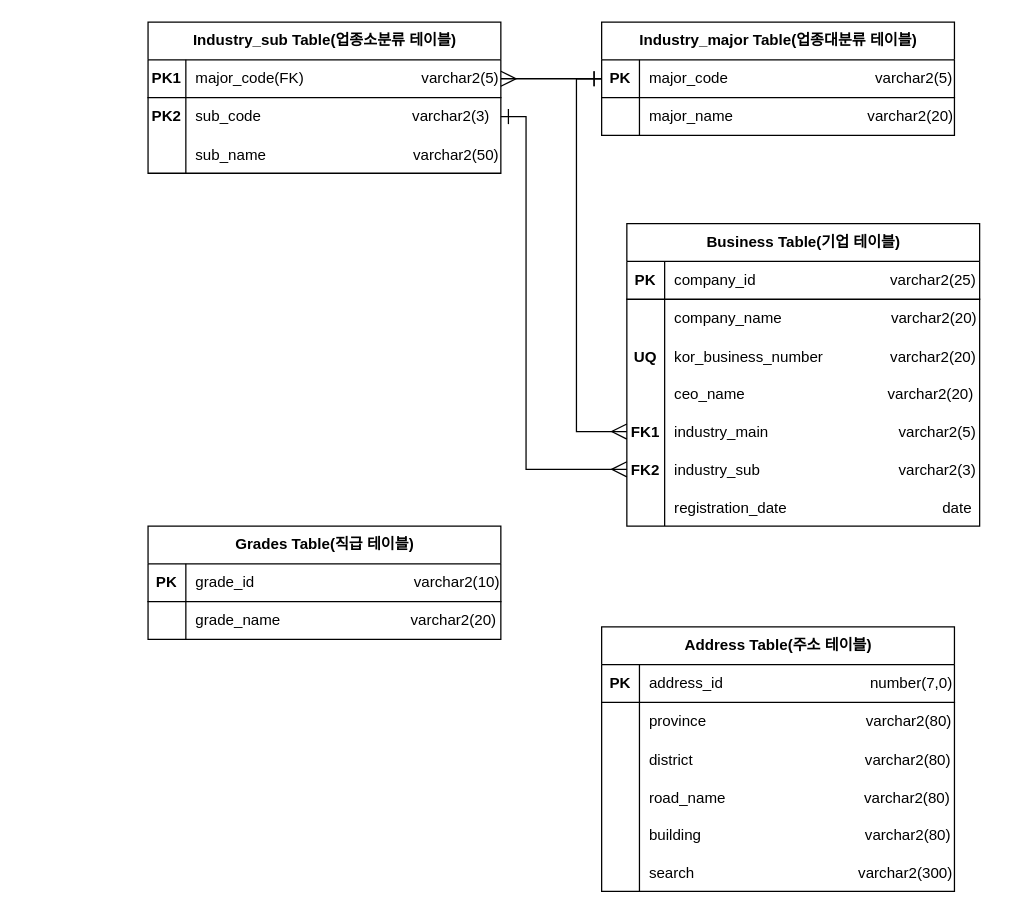
Above: project1-ERD.drawio in Seo-JS0823/project1-prototype (draw.io), before the change. Source tidied: cells renumbered, new cells numbered last; positions are measured from the earlier drawing's top-left corner, leaving out a move shared by most shapes. Both pictures are drawn from the tidied source at 126%, with x=0, y=0 at pixel (147, 21).
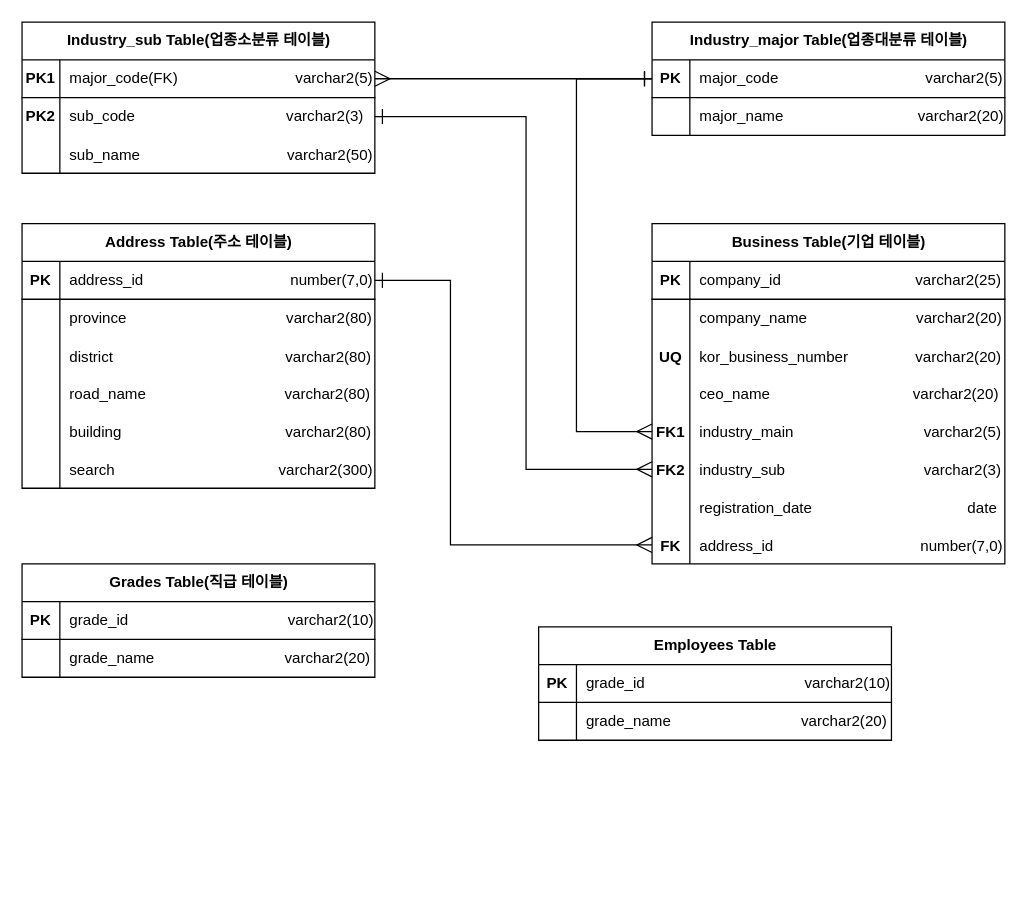
Above is the later version.

Commit message:
proto ver-0.0.17

Unchanged cells that the change refers to:
```xml
<mxCell id="21" style="shape=tableRow;horizontal=0;startSize=0;swimlaneHead=0;swimlaneBody=0;fillColor=none;points=[[0,0.5],[1,0.5]];portConstraint=eastwest;top=0;left=0;right=0;bottom=1;" parent="20" vertex="1">
  <mxGeometry y="30" width="280" height="30" as="geometry" />
</mxCell>
```

What changed in the source:
```diff
@@
     <mxCell id="2" value="Industry_major Table(업종대분류 테이블)" style="shape=table;startSize=30;childLayout=tableLayout;rowLines=0;fontStyle=1;align=center;html=1;" parent="1" vertex="1">
-      <mxGeometry x="360" width="280" height="90" as="geometry" />
+      <mxGeometry x="400" width="280" height="90" as="geometry" />
     </mxCell>
@@
     <mxCell id="9" value="Industry_sub Table(업종소분류 테이블)" style="shape=table;startSize=30;childLayout=tableLayout;rowLines=0;fontStyle=1;align=center;html=1;" parent="1" vertex="1">
-      <mxGeometry width="280" height="120" as="geometry" />
+      <mxGeometry x="-100" width="280" height="120" as="geometry" />
     </mxCell>
@@
     <mxCell id="20" value="Address Table(주소 테이블)" style="shape=table;startSize=30;childLayout=tableLayout;rowLines=0;fontStyle=1;align=center;html=1;" parent="1" vertex="1">
-      <mxGeometry x="360" y="480" width="280" height="210" as="geometry" />
+      <mxGeometry x="-100" y="160" width="280" height="210" as="geometry" />
     </mxCell>
@@
     <mxCell id="39" value="Grades Table(직급 테이블)" style="shape=table;startSize=30;childLayout=tableLayout;rowLines=0;fontStyle=1;align=center;html=1;" parent="1" vertex="1">
-      <mxGeometry y="400" width="280" height="90" as="geometry" />
+      <mxGeometry x="-100" y="430" width="280" height="90" as="geometry" />
     </mxCell>
@@
     <mxCell id="46" value="Business Table(기업 테이블)" style="shape=table;startSize=30;childLayout=tableLayout;rowLines=0;fontStyle=1;align=center;html=1;" parent="1" vertex="1">
-      <mxGeometry x="380" y="160" width="280" height="240" as="geometry" />
+      <mxGeometry x="400" y="160" width="280" height="270" as="geometry" />
     </mxCell>
@@
+    <mxCell id="70" style="shape=tableRow;horizontal=0;startSize=0;swimlaneHead=0;swimlaneBody=0;fillColor=none;points=[[0,0.5],[1,0.5]];portConstraint=eastwest;top=0;left=0;right=0;bottom=0;" parent="46" vertex="1">
+      <mxGeometry y="240" width="280" height="30" as="geometry" />
+    </mxCell>
+    <mxCell id="71" value="FK" style="shape=partialRectangle;fillColor=none;top=0;left=0;bottom=0;right=0;overflow=hidden;fontStyle=1;" parent="70" vertex="1">
+      <mxGeometry width="30" height="30" as="geometry" />
+    </mxCell>
+    <mxCell id="72" value="address_id                                   number(7,0)" style="shape=partialRectangle;fillColor=none;top=0;left=0;bottom=0;right=0;align=left;spacingLeft=6;overflow=hidden;" parent="70" vertex="1">
+      <mxGeometry x="30" width="250" height="30" as="geometry" />
+    </mxCell>
@@
+    <mxCell id="73" style="edgeStyle=orthogonalEdgeStyle;rounded=0;jettySize=auto;html=1;exitX=1;exitY=0.5;exitDx=0;exitDy=0;entryX=0;entryY=0.5;entryDx=0;entryDy=0;endArrow=ERmany;endFill=0;jumpSize=6;endSize=10;startArrow=ERone;startFill=0;startSize=10;" parent="1" edge="1" source="21" target="70">
+      <mxGeometry relative="1" as="geometry">
+        <Array as="points">
+          <mxPoint x="240" y="205" />
+          <mxPoint x="240" y="415" />
+        </Array>
+      </mxGeometry>
+    </mxCell>
+    <mxCell id="74" value="Employees Table" style="shape=table;startSize=30;childLayout=tableLayout;rowLines=0;fontStyle=1;align=center;html=1;" parent="1" vertex="1">
+      <mxGeometry x="310" y="480" width="280" height="90" as="geometry" />
+    </mxCell>
+    <mxCell id="75" style="shape=tableRow;horizontal=0;startSize=0;swimlaneHead=0;swimlaneBody=0;fillColor=none;top=0;left=0;right=0;bottom=1;" parent="74" vertex="1">
+      <mxGeometry y="30" width="280" height="30" as="geometry" />
+    </mxCell>
+    <mxCell id="76" value="PK" style="shape=partialRectangle;fillColor=none;top=0;left=0;bottom=0;right=0;fontStyle=1;overflow=hidden;whiteSpace=wrap;html=1;" parent="75" vertex="1">
+      <mxGeometry width="30" height="30" as="geometry" />
+    </mxCell>
+    <mxCell id="77" value="&lt;span style=&quot;font-weight: 400;&quot;&gt;grade_id&amp;nbsp; &amp;nbsp; &amp;nbsp; &amp;nbsp; &amp;nbsp; &amp;nbsp; &amp;nbsp; &amp;nbsp; &amp;nbsp; &amp;nbsp; &amp;nbsp; &amp;nbsp; &amp;nbsp; &amp;nbsp; &amp;nbsp; &amp;nbsp; &amp;nbsp; &amp;nbsp; &amp;nbsp; varchar2(10)&lt;/span&gt;" style="shape=partialRectangle;fillColor=none;top=0;left=0;bottom=0;right=0;align=left;spacingLeft=6;fontStyle=1;overflow=hidden;whiteSpace=wrap;html=1;" parent="75" vertex="1">
+      <mxGeometry x="30" width="250" height="30" as="geometry" />
+    </mxCell>
+    <mxCell id="78" style="shape=tableRow;horizontal=0;startSize=0;swimlaneHead=0;swimlaneBody=0;fillColor=none;top=0;left=0;right=0;bottom=0;" parent="74" vertex="1">
+      <mxGeometry y="60" width="280" height="30" as="geometry" />
+    </mxCell>
+    <mxCell id="79" style="shape=partialRectangle;fillColor=none;top=0;left=0;bottom=0;right=0;overflow=hidden;whiteSpace=wrap;html=1;" parent="78" vertex="1">
+      <mxGeometry width="30" height="30" as="geometry" />
+    </mxCell>
+    <mxCell id="80" value="grade_name&amp;nbsp; &amp;nbsp; &amp;nbsp; &amp;nbsp; &amp;nbsp; &amp;nbsp; &amp;nbsp; &amp;nbsp; &amp;nbsp; &amp;nbsp; &amp;nbsp; &amp;nbsp; &amp;nbsp; &amp;nbsp; &amp;nbsp; &amp;nbsp;varchar2(20)" style="shape=partialRectangle;fillColor=none;top=0;left=0;bottom=0;right=0;align=left;spacingLeft=6;overflow=hidden;whiteSpace=wrap;html=1;" parent="78" vertex="1">
+      <mxGeometry x="30" width="250" height="30" as="geometry" />
+    </mxCell>
```
